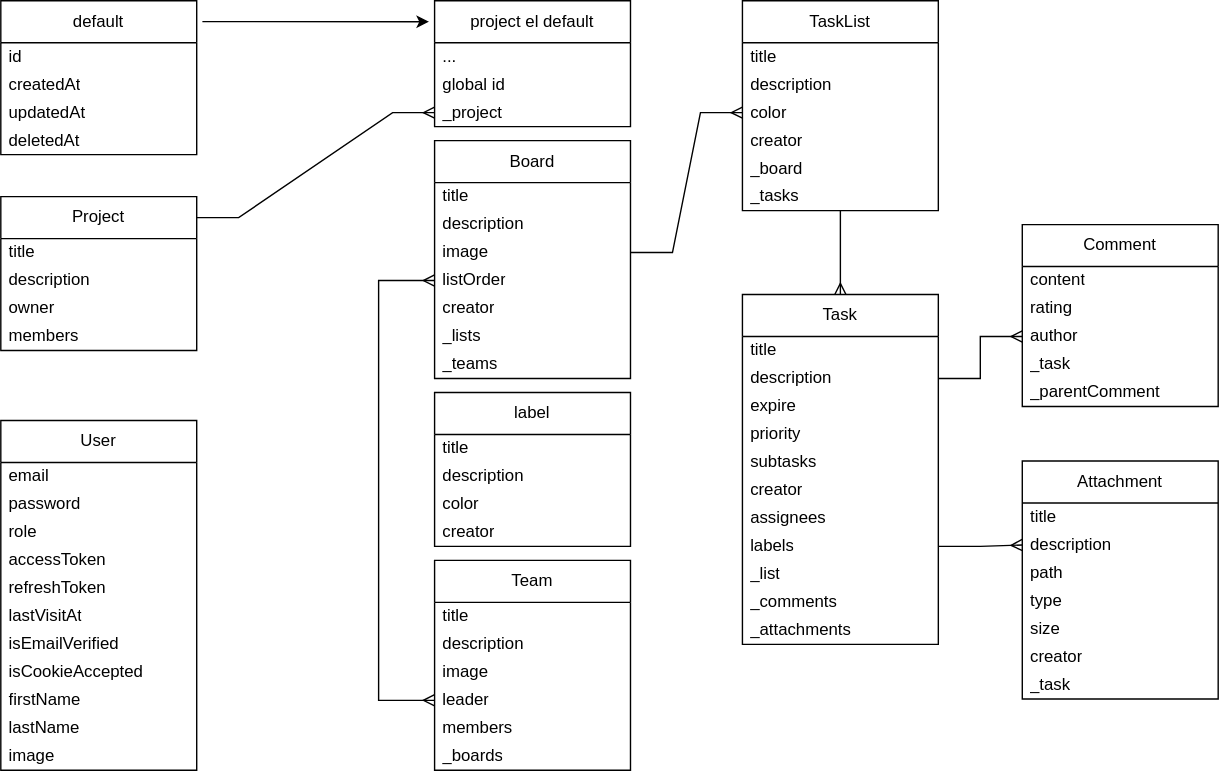
Earlier version of the draw.io export src/db/schema.svg (kaa88/my_project_manager_api). Source tidied: cells renumbered, new cells last; positions are measured from the earlier drawing's top-left corner, leaving out a move shared by most shapes.
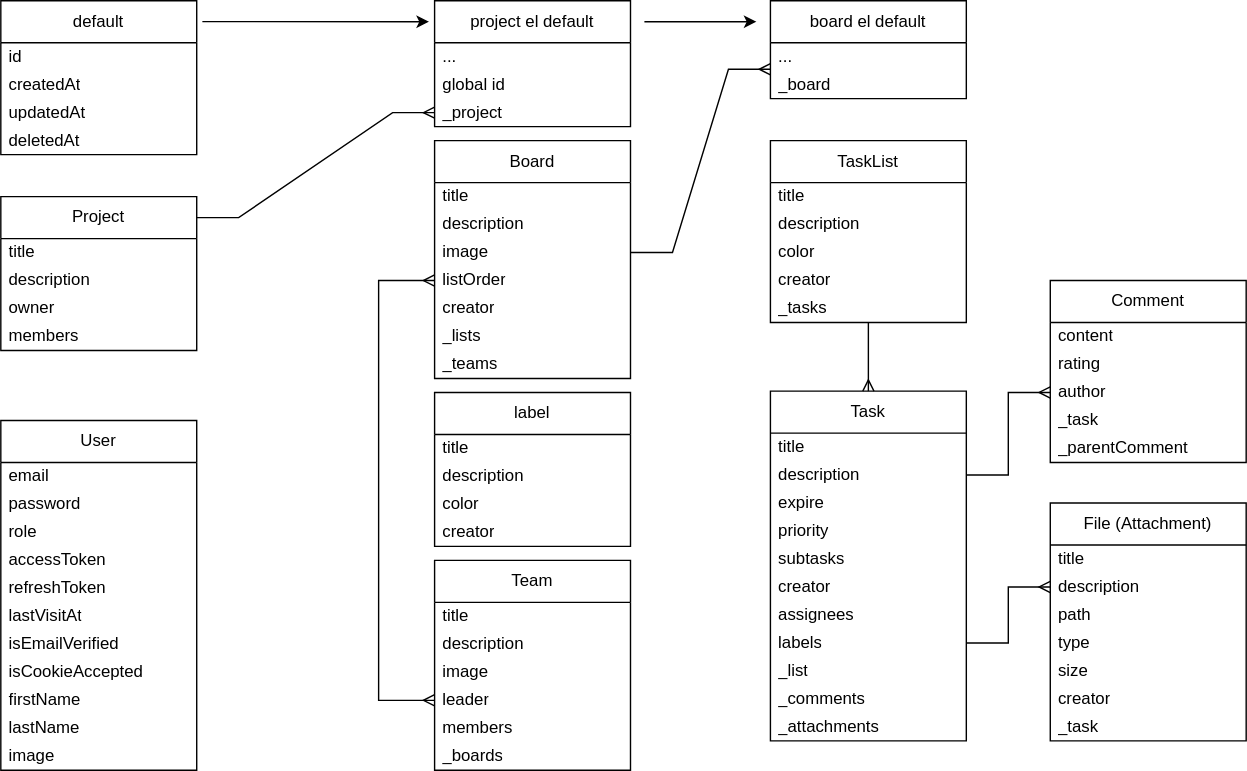
The same diagram one commit later.

The edit, as a diff of the source:
```diff
@@ -21,7 +21,7 @@
     </mxCell>
     <object id="7" label="Task" placeholders="1">
       <mxCell style="swimlane;fontStyle=0;horizontal=1;startSize=30;whiteSpace=wrap;html=1;" parent="1" vertex="1">
-        <mxGeometry x="530" y="210" width="140" height="250" as="geometry" />
+        <mxGeometry x="550" y="279" width="140" height="250" as="geometry" />
       </mxCell>
     </object>
     <mxCell id="8" value="title" style="text;strokeColor=none;fillColor=none;align=left;verticalAlign=middle;spacingLeft=4;spacingRight=4;overflow=hidden;whiteSpace=wrap;html=1;" parent="7" vertex="1">
@@ -97,7 +97,7 @@
     </mxCell>
     <object id="31" label="Comment" placeholders="1">
       <mxCell style="swimlane;fontStyle=0;horizontal=1;startSize=30;whiteSpace=wrap;html=1;" parent="1" vertex="1">
-        <mxGeometry x="730" y="160" width="140" height="130" as="geometry" />
+        <mxGeometry x="750" y="200" width="140" height="130" as="geometry" />
       </mxCell>
     </object>
     <mxCell id="32" value="content" style="text;strokeColor=none;fillColor=none;align=left;verticalAlign=middle;spacingLeft=4;spacingRight=4;overflow=hidden;whiteSpace=wrap;html=1;" parent="31" vertex="1">
@@ -117,7 +117,7 @@
     </mxCell>
     <object id="37" label="TaskList" placeholders="1">
       <mxCell style="swimlane;fontStyle=0;horizontal=1;startSize=30;whiteSpace=wrap;html=1;" parent="1" vertex="1">
-        <mxGeometry x="530" width="140" height="150" as="geometry" />
+        <mxGeometry x="550" y="100" width="140" height="130" as="geometry" />
       </mxCell>
     </object>
     <mxCell id="38" value="title" style="text;strokeColor=none;fillColor=none;align=left;verticalAlign=middle;spacingLeft=4;spacingRight=4;overflow=hidden;whiteSpace=wrap;html=1;" parent="37" vertex="1">
@@ -132,11 +132,8 @@
     <mxCell id="41" value="creator" style="text;strokeColor=none;fillColor=none;align=left;verticalAlign=middle;spacingLeft=4;spacingRight=4;overflow=hidden;whiteSpace=wrap;html=1;" parent="37" vertex="1">
       <mxGeometry y="90" width="140" height="20" as="geometry" />
     </mxCell>
-    <mxCell id="42" value="_board" style="text;strokeColor=none;fillColor=none;align=left;verticalAlign=middle;spacingLeft=4;spacingRight=4;overflow=hidden;points=[[0,0.5],[1,0.5]];portConstraint=eastwest;whiteSpace=wrap;html=1;" parent="37" vertex="1">
-      <mxGeometry y="110" width="140" height="20" as="geometry" />
-    </mxCell>
     <mxCell id="43" value="_tasks" style="text;strokeColor=none;fillColor=none;align=left;verticalAlign=middle;spacingLeft=4;spacingRight=4;overflow=hidden;whiteSpace=wrap;html=1;" parent="37" vertex="1">
-      <mxGeometry y="130" width="140" height="20" as="geometry" />
+      <mxGeometry y="110" width="140" height="20" as="geometry" />
     </mxCell>
     <object id="44" label="label" placeholders="1">
       <mxCell style="swimlane;fontStyle=0;horizontal=1;startSize=30;whiteSpace=wrap;html=1;" parent="1" vertex="1">
@@ -178,9 +175,9 @@
     <mxCell id="55" value="_boards" style="text;strokeColor=none;fillColor=none;align=left;verticalAlign=middle;spacingLeft=4;spacingRight=4;overflow=hidden;whiteSpace=wrap;html=1;" parent="49" vertex="1">
       <mxGeometry y="130" width="140" height="20" as="geometry" />
     </mxCell>
-    <object id="56" label="Attachment" placeholders="1">
+    <object id="56" label="File (Attachment)" placeholders="1">
       <mxCell style="swimlane;fontStyle=0;horizontal=1;startSize=30;whiteSpace=wrap;html=1;" parent="1" vertex="1">
-        <mxGeometry x="730" y="329" width="140" height="170" as="geometry" />
+        <mxGeometry x="750" y="359" width="140" height="170" as="geometry" />
       </mxCell>
     </object>
     <mxCell id="57" value="title" style="text;strokeColor=none;fillColor=none;align=left;verticalAlign=middle;spacingLeft=4;spacingRight=4;overflow=hidden;whiteSpace=wrap;html=1;" parent="56" vertex="1">
@@ -230,7 +227,7 @@
     <mxCell id="71" value="_teams" style="text;strokeColor=none;fillColor=none;align=left;verticalAlign=middle;spacingLeft=4;spacingRight=4;overflow=hidden;whiteSpace=wrap;html=1;" parent="64" vertex="1">
       <mxGeometry y="150" width="140" height="20" as="geometry" />
     </mxCell>
-    <mxCell id="72" style="edgeStyle=entityRelationEdgeStyle;fontSize=12;html=1;endArrow=ERmany;rounded=0;entryX=0;entryY=0.5;entryDx=0;entryDy=0;exitX=1;exitY=0.5;exitDx=0;exitDy=0;" parent="1" edge="1" source="67" target="40">
+    <mxCell id="72" style="edgeStyle=entityRelationEdgeStyle;fontSize=12;html=1;endArrow=ERmany;rounded=0;entryX=0;entryY=-0.05;entryDx=0;entryDy=0;exitX=1;exitY=0.5;exitDx=0;exitDy=0;entryPerimeter=0;" parent="1" edge="1" source="67" target="42">
       <mxGeometry relative="1" as="geometry" />
     </mxCell>
     <mxCell id="73" style="fontSize=12;html=1;endArrow=ERmany;rounded=0;entryX=0.5;entryY=0;entryDx=0;entryDy=0;edgeStyle=orthogonalEdgeStyle;" parent="1" edge="1" source="37" target="7">
@@ -290,5 +287,22 @@
     <mxCell id="87" style="edgeStyle=entityRelationEdgeStyle;fontSize=12;html=1;endArrow=ERmany;rounded=0;exitX=1;exitY=0.5;exitDx=0;exitDy=0;entryX=0;entryY=0.5;entryDx=0;entryDy=0;" parent="1" edge="1" source="15" target="58">
       <mxGeometry relative="1" as="geometry" />
     </mxCell>
+    <object id="88" label="board el default" placeholders="1">
+      <mxCell style="swimlane;fontStyle=0;horizontal=1;startSize=30;whiteSpace=wrap;html=1;" parent="1" vertex="1">
+        <mxGeometry x="550" width="140" height="70" as="geometry" />
+      </mxCell>
+    </object>
+    <mxCell id="89" style="endArrow=classic;html=1;rounded=0;exitX=1.029;exitY=0.136;exitDx=0;exitDy=0;exitPerimeter=0;" parent="88" edge="1">
+      <mxGeometry relative="1" as="geometry">
+        <mxPoint x="-90.1" y="15" as="sourcePoint" />
+        <mxPoint x="-10" y="15" as="targetPoint" />
+      </mxGeometry>
+    </mxCell>
+    <mxCell id="90" value="..." style="text;strokeColor=none;fillColor=none;align=left;verticalAlign=middle;spacingLeft=4;spacingRight=4;overflow=hidden;whiteSpace=wrap;html=1;" parent="88" vertex="1">
+      <mxGeometry y="30" width="140" height="20" as="geometry" />
+    </mxCell>
+    <mxCell id="42" value="_board" style="text;strokeColor=none;fillColor=none;align=left;verticalAlign=middle;spacingLeft=4;spacingRight=4;overflow=hidden;points=[[0,0.5],[1,0.5]];portConstraint=eastwest;whiteSpace=wrap;html=1;" parent="88" vertex="1">
+      <mxGeometry y="50" width="140" height="20" as="geometry" />
+    </mxCell>
   </root>
 </mxGraphModel>
```
